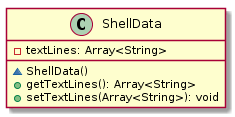
The PlantUML diagram malokhvii-eduard/malokhvii04/doc/plantuml/png/ua.khpi.oop.malokhvii04.shell.ShellData.png in P-Kalin/kit26a, before a commit.
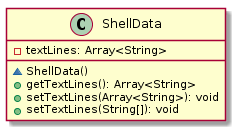
Later version of the same file.

What changed in the source:
```diff
@@ -5,6 +5,7 @@
         ~ShellData()
         +getTextLines(): Array<String>
         +setTextLines(Array<String>): void
+        +setTextLines(String[]): void
     }
 
 @enduml
```
